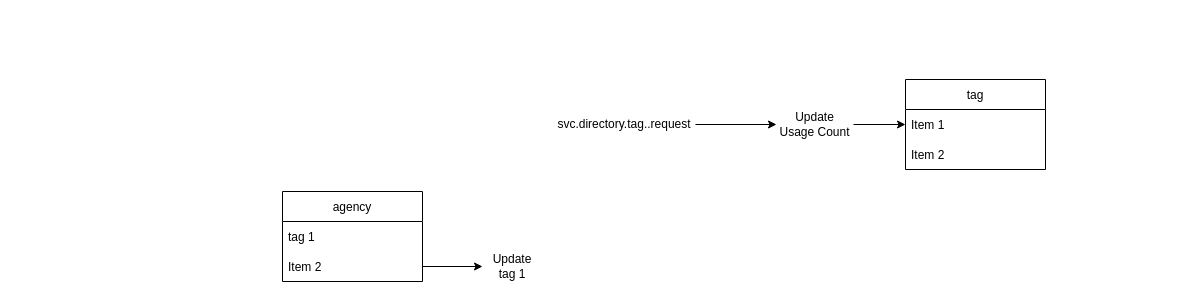
Above: event driven message.drawio in mitgaming/drawio (draw.io), before the change. Source tidied: cells renumbered, new cells numbered last; positions are measured from the earlier drawing's top-left corner, leaving out a move shared by most shapes. Both pictures are drawn from the tidied source at 100%, with x=0, y=0 at pixel (282, 79).
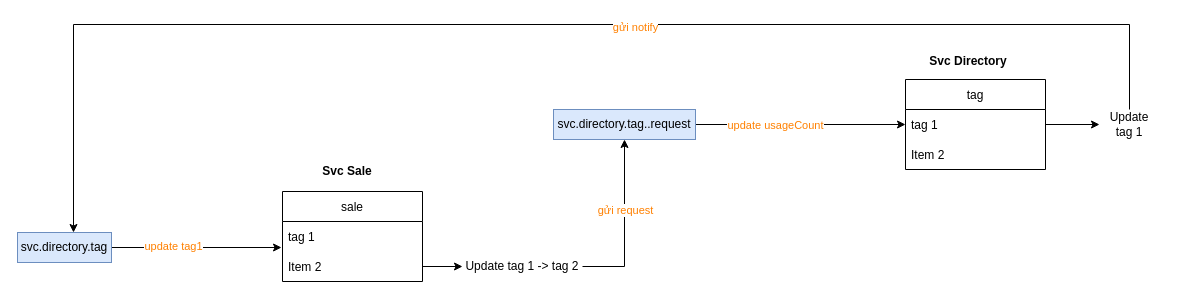
The same page after the edit.

Unchanged cells that the change refers to:
```xml
<mxCell id="4" value="Item 2" style="text;strokeColor=none;fillColor=none;align=left;verticalAlign=middle;spacingLeft=4;spacingRight=4;overflow=hidden;points=[[0,0.5],[1,0.5]];portConstraint=eastwest;" parent="2" vertex="1">
  <mxGeometry y="60" width="140" height="30" as="geometry" />
</mxCell>
<mxCell id="7" value="tag" style="swimlane;fontStyle=0;horizontal=1;startSize=30;" parent="1" vertex="1">
  <mxGeometry x="623" width="140" height="90" as="geometry" />
</mxCell>
```

Diff of the diagram source:
```diff
@@
-    <mxCell id="2" value="agency" style="swimlane;fontStyle=0;horizontal=1;startSize=30;" parent="1" vertex="1">
+    <mxCell id="2" value="sale" style="swimlane;fontStyle=0;horizontal=1;startSize=30;" parent="1" vertex="1">
       <mxGeometry y="112" width="140" height="90" as="geometry" />
     </mxCell>
@@
+    <mxCell id="14" style="edgeStyle=orthogonalEdgeStyle;rounded=0;jettySize=auto;html=1;entryX=0.5;entryY=1;entryDx=0;entryDy=0;" parent="1" edge="1" source="5" target="13">
+      <mxGeometry relative="1" as="geometry">
+        <Array as="points">
+          <mxPoint x="342" y="187" />
+        </Array>
+      </mxGeometry>
+    </mxCell>
+    <mxCell id="15" value="gửi request" style="edgeLabel;html=1;align=center;verticalAlign=middle;fontColor=#FF8000;" parent="14" vertex="1">
+      <mxGeometry x="0.17" relative="1" as="geometry" />
+    </mxCell>
-    <mxCell id="5" value="Update tag 1" style="text;html=1;strokeColor=none;fillColor=none;align=center;verticalAlign=middle;whiteSpace=wrap;rounded=0;" parent="1" vertex="1">
-      <mxGeometry x="200" y="172" width="60" height="30" as="geometry" />
+    <mxCell id="5" value="Update tag 1 -&amp;gt; tag 2" style="text;html=1;strokeColor=none;fillColor=none;align=center;verticalAlign=middle;whiteSpace=wrap;rounded=0;" parent="1" vertex="1">
+      <mxGeometry x="180" y="172" width="120" height="30" as="geometry" />
     </mxCell>
@@
-    <mxCell id="8" value="Item 1" style="text;strokeColor=none;fillColor=none;align=left;verticalAlign=middle;spacingLeft=4;spacingRight=4;overflow=hidden;points=[[0,0.5],[1,0.5]];portConstraint=eastwest;" parent="7" vertex="1">
+    <mxCell id="8" value="tag 1" style="text;strokeColor=none;fillColor=none;align=left;verticalAlign=middle;spacingLeft=4;spacingRight=4;overflow=hidden;points=[[0,0.5],[1,0.5]];portConstraint=eastwest;" parent="7" vertex="1">
       <mxGeometry y="30" width="140" height="30" as="geometry" />
     </mxCell>
@@
-    <mxCell id="10" style="edgeStyle=orthogonalEdgeStyle;rounded=0;jettySize=auto;html=1;" parent="1" edge="1" source="11" target="8">
-      <mxGeometry relative="1" as="geometry" />
-    </mxCell>
-    <mxCell id="11" value="Update Usage Count" style="text;html=1;strokeColor=none;fillColor=none;align=center;verticalAlign=middle;whiteSpace=wrap;rounded=0;" parent="1" vertex="1">
-      <mxGeometry x="494" y="30" width="77" height="30" as="geometry" />
-    </mxCell>
-    <mxCell id="12" style="edgeStyle=orthogonalEdgeStyle;rounded=0;jettySize=auto;html=1;" parent="1" edge="1" source="13" target="11">
+    <mxCell id="12" style="edgeStyle=orthogonalEdgeStyle;rounded=0;jettySize=auto;html=1;entryX=0;entryY=0.5;entryDx=0;entryDy=0;" parent="1" edge="1" source="13" target="8">
       <mxGeometry relative="1" as="geometry" />
     </mxCell>
+    <mxCell id="16" style="edgeLabel;html=1;align=center;verticalAlign=middle;" parent="12" vertex="1">
+      <mxGeometry x="-0.16" relative="1" as="geometry" />
+    </mxCell>
+    <mxCell id="17" value="&lt;span style=&quot;color: rgba(0, 0, 0, 0); font-family: monospace; font-size: 0px; text-align: start; background-color: rgb(248, 249, 250);&quot;&gt;up&lt;/span&gt;" style="edgeLabel;html=1;align=center;verticalAlign=middle;" parent="12" vertex="1">
+      <mxGeometry x="-0.24" y="-2" relative="1" as="geometry" />
+    </mxCell>
+    <mxCell id="18" value="update usageCount" style="edgeLabel;html=1;align=center;verticalAlign=middle;fontColor=#FF8000;" parent="12" vertex="1">
+      <mxGeometry x="-0.25" relative="1" as="geometry" />
+    </mxCell>
-    <mxCell id="13" value="svc.directory.tag..request" style="text;html=1;strokeColor=none;fillColor=none;align=center;verticalAlign=middle;whiteSpace=wrap;rounded=0;" parent="1" vertex="1">
+    <mxCell id="13" value="svc.directory.tag..request" style="text;html=1;strokeColor=#6c8ebf;fillColor=#dae8fc;align=center;verticalAlign=middle;whiteSpace=wrap;rounded=0;" parent="1" vertex="1">
       <mxGeometry x="271" y="30" width="142" height="30" as="geometry" />
     </mxCell>
+    <mxCell id="19" style="edgeStyle=orthogonalEdgeStyle;rounded=0;jettySize=auto;html=1;entryX=-0.007;entryY=-0.133;entryDx=0;entryDy=0;entryPerimeter=0;fontColor=#FF3333;" parent="1" edge="1" source="21" target="4">
+      <mxGeometry relative="1" as="geometry" />
+    </mxCell>
+    <mxCell id="20" value="&lt;font&gt;update tag1&lt;/font&gt;" style="edgeLabel;html=1;align=center;verticalAlign=middle;fontColor=#FF8000;" parent="19" vertex="1">
+      <mxGeometry x="-0.28" y="2" relative="1" as="geometry" />
+    </mxCell>
+    <mxCell id="21" value="svc.directory.tag" style="text;html=1;strokeColor=#6c8ebf;fillColor=#dae8fc;align=center;verticalAlign=middle;whiteSpace=wrap;rounded=0;" parent="1" vertex="1">
+      <mxGeometry x="-265" y="153" width="94" height="30" as="geometry" />
+    </mxCell>
+    <mxCell id="22" style="edgeStyle=orthogonalEdgeStyle;rounded=0;jettySize=auto;html=1;" parent="1" edge="1" source="24" target="21">
+      <mxGeometry relative="1" as="geometry">
+        <Array as="points">
+          <mxPoint x="847" y="-55" />
+          <mxPoint x="-209" y="-55" />
+        </Array>
+      </mxGeometry>
+    </mxCell>
+    <mxCell id="23" value="&lt;font&gt;gửi notify&lt;/font&gt;" style="edgeLabel;html=1;align=center;verticalAlign=middle;fontColor=#FF8000;" parent="22" vertex="1">
+      <mxGeometry x="-0.14" y="2" relative="1" as="geometry" />
+    </mxCell>
+    <mxCell id="24" value="Update tag 1" style="text;html=1;strokeColor=none;fillColor=none;align=center;verticalAlign=middle;whiteSpace=wrap;rounded=0;" parent="1" vertex="1">
+      <mxGeometry x="817" y="30" width="60" height="30" as="geometry" />
+    </mxCell>
+    <mxCell id="25" style="edgeStyle=orthogonalEdgeStyle;rounded=0;jettySize=auto;html=1;" parent="1" edge="1" source="8" target="24">
+      <mxGeometry relative="1" as="geometry" />
+    </mxCell>
+    <mxCell id="26" value="&lt;b&gt;&lt;font color=&quot;#000000&quot;&gt;Svc Sale&lt;/font&gt;&lt;/b&gt;" style="text;html=1;strokeColor=none;fillColor=none;align=center;verticalAlign=middle;whiteSpace=wrap;rounded=0;fontColor=#FF8000;" parent="1" vertex="1">
+      <mxGeometry x="35" y="77" width="60" height="30" as="geometry" />
+    </mxCell>
+    <mxCell id="27" value="&lt;b&gt;&lt;font color=&quot;#000000&quot;&gt;Svc Directory&lt;/font&gt;&lt;/b&gt;" style="text;html=1;strokeColor=none;fillColor=none;align=center;verticalAlign=middle;whiteSpace=wrap;rounded=0;fontColor=#FF8000;" parent="1" vertex="1">
+      <mxGeometry x="641" y="-33" width="90" height="30" as="geometry" />
+    </mxCell>
```
